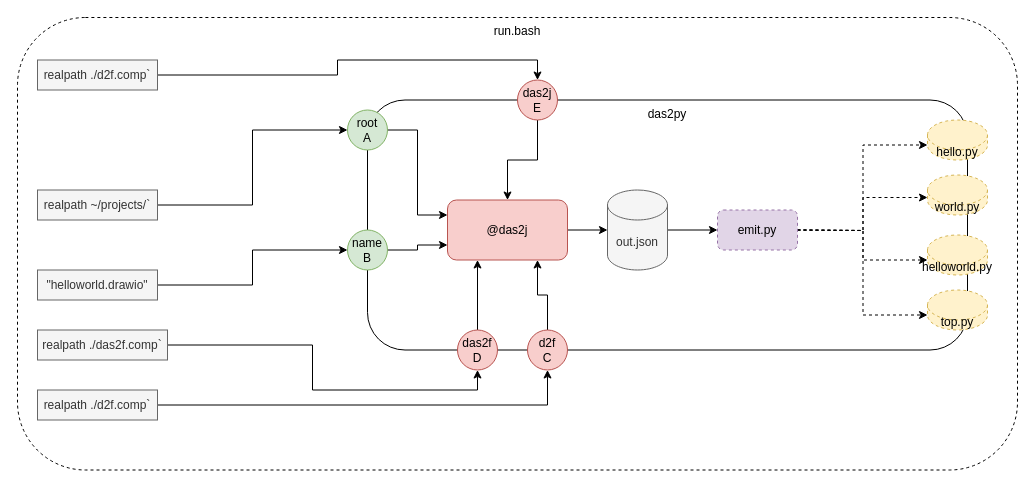
This is run.drawio from guitarvydas/d2py, a draw.io file, before an edit. Source tidied: cells renumbered, new cells numbered last; positions are measured from the earlier drawing's top-left corner, leaving out a move shared by most shapes. Both pictures are drawn from the tidied source at 100%, with x=0, y=0 at pixel (17, 17).
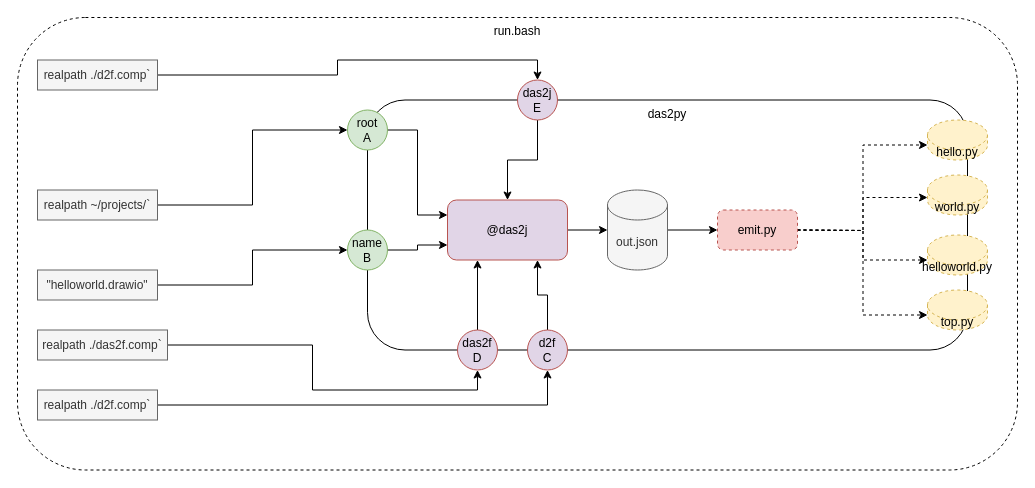
Above is the later version.

The edit, as a diff of the source:
```diff
@@
-    <mxCell id="5" value="das2j&lt;br&gt;E" style="ellipse;whiteSpace=wrap;html=1;fillColor=#f8cecc;strokeColor=#b85450;" parent="1" vertex="1">
+    <mxCell id="5" value="das2j&lt;br&gt;E" style="ellipse;whiteSpace=wrap;html=1;fillColor=#e1d5e7;strokeColor=#b85450;" parent="1" vertex="1">
       <mxGeometry x="500" y="62.5" width="40" height="40" as="geometry" />
     </mxCell>
@@
-    <mxCell id="19" value="das2f&lt;br&gt;D" style="ellipse;whiteSpace=wrap;html=1;fillColor=#f8cecc;strokeColor=#b85450;" parent="1" vertex="1">
+    <mxCell id="19" value="das2f&lt;br&gt;D" style="ellipse;whiteSpace=wrap;html=1;fillColor=#e1d5e7;strokeColor=#b85450;" parent="1" vertex="1">
       <mxGeometry x="440" y="312.5" width="40" height="40" as="geometry" />
     </mxCell>
@@
-    <mxCell id="21" value="d2f&lt;br&gt;C" style="ellipse;whiteSpace=wrap;html=1;fillColor=#f8cecc;strokeColor=#b85450;" parent="1" vertex="1">
+    <mxCell id="21" value="d2f&lt;br&gt;C" style="ellipse;whiteSpace=wrap;html=1;fillColor=#e1d5e7;strokeColor=#b85450;" parent="1" vertex="1">
       <mxGeometry x="510" y="312.5" width="40" height="40" as="geometry" />
     </mxCell>
-    <mxCell id="22" value="emit.py" style="rounded=1;whiteSpace=wrap;html=1;fillColor=#e1d5e7;strokeColor=#9673a6;dashed=1;" parent="1" vertex="1">
+    <mxCell id="22" value="emit.py" style="rounded=1;whiteSpace=wrap;html=1;fillColor=#f8cecc;strokeColor=#b85450;dashed=1;" parent="1" vertex="1">
       <mxGeometry x="700" y="192.5" width="80" height="40" as="geometry" />
     </mxCell>
@@
-    <mxCell id="36" value="@das2j" style="rounded=1;whiteSpace=wrap;html=1;fillColor=#f8cecc;strokeColor=#b85450;" parent="1" vertex="1">
+    <mxCell id="36" value="@das2j" style="rounded=1;whiteSpace=wrap;html=1;fillColor=#e1d5e7;strokeColor=#b85450;" parent="1" vertex="1">
       <mxGeometry x="430" y="182.5" width="120" height="60" as="geometry" />
     </mxCell>
```
